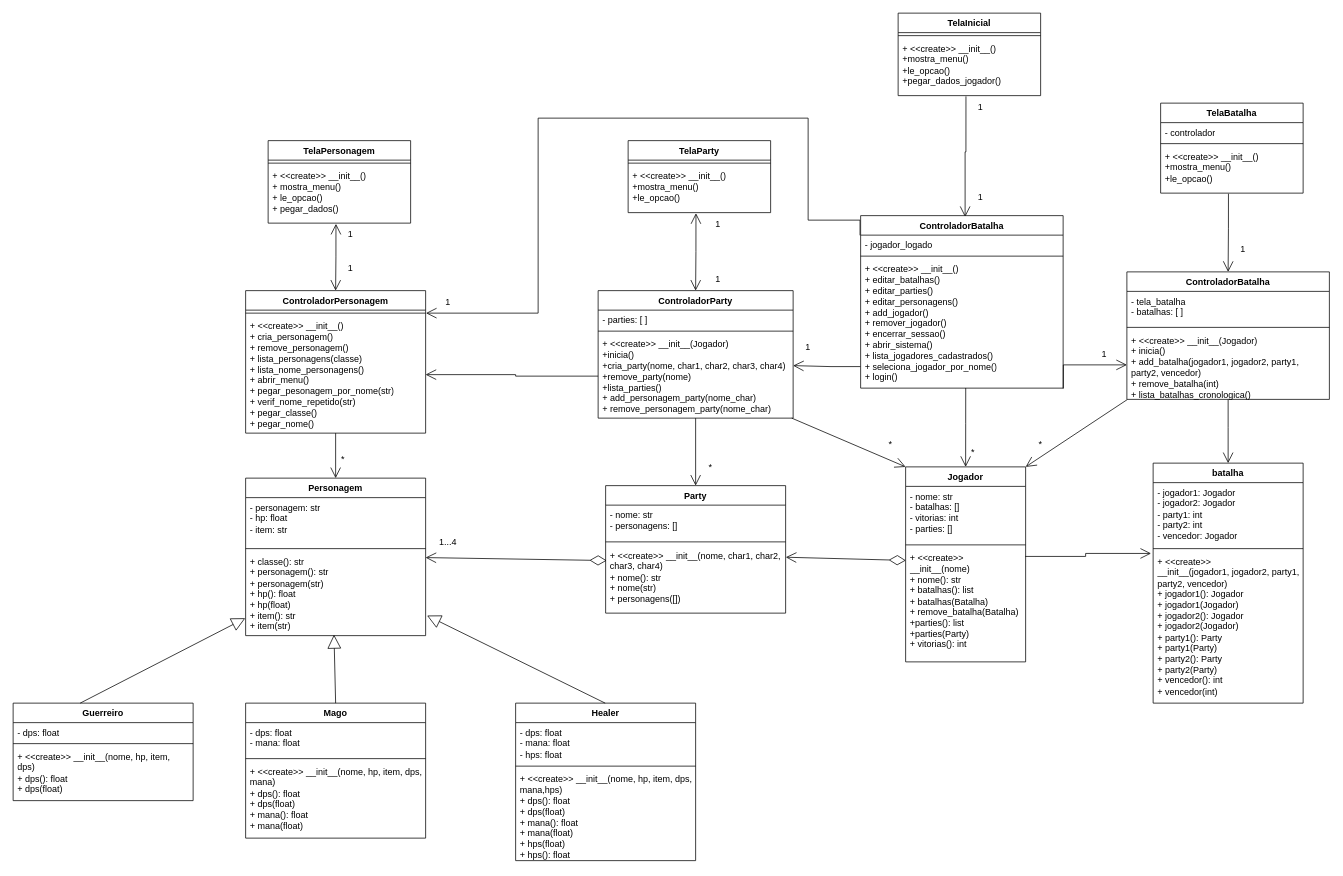
The draw.io diagram MVC_RPG.drawio in Coelho50/DSO_T1, before the edit. Source tidied: cells renumbered, new cells numbered last; positions are measured from the earlier drawing's top-left corner, leaving out a move shared by most shapes. Both pictures are drawn from the tidied source at 75%, with x=0, y=0 at pixel (13, 13).
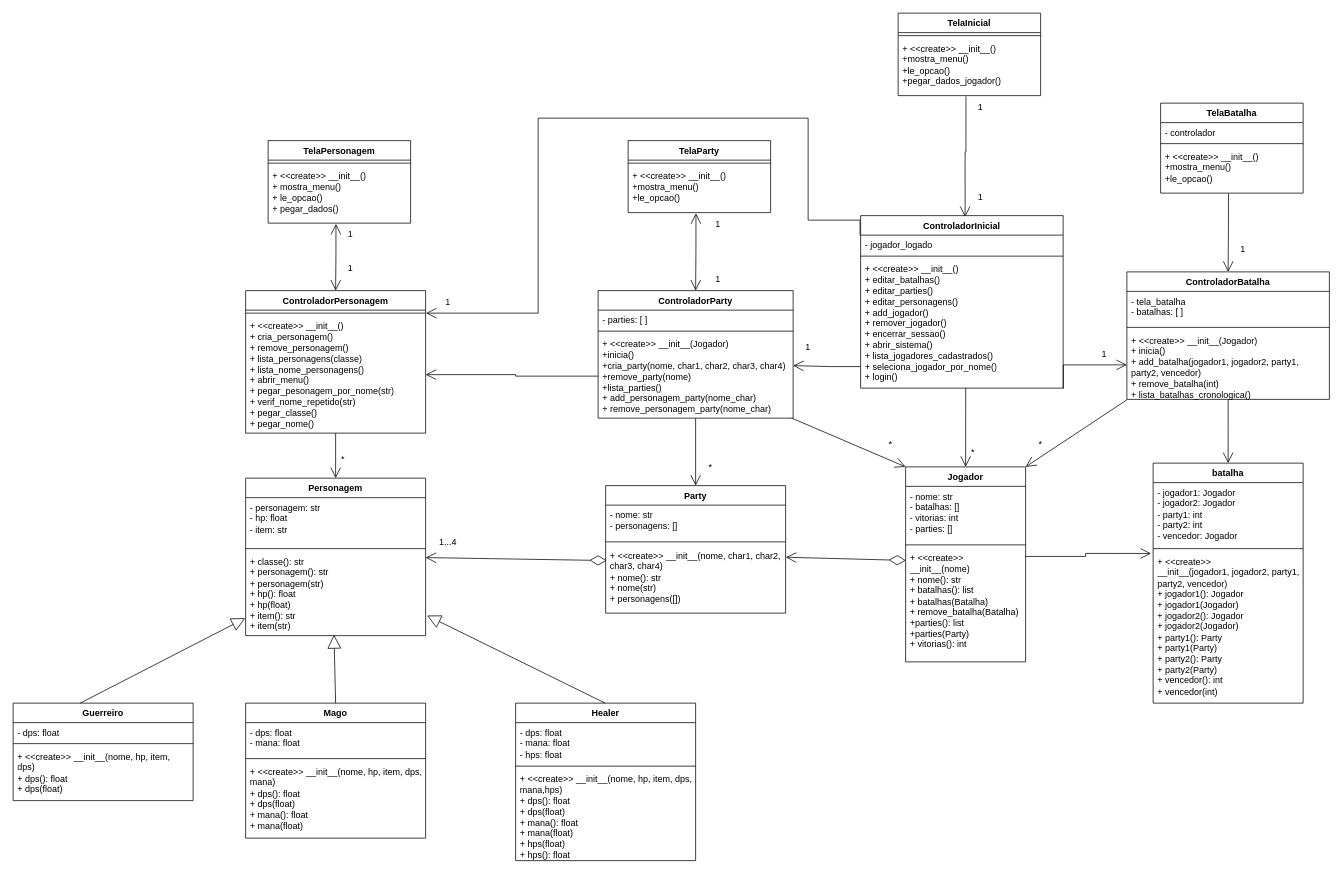
The same page after the edit.

Commit message:
Arrumando erros no MVC

Diff of the diagram source:
```diff
@@
-    <mxCell id="88" value="ControladorBatalha" style="swimlane;fontStyle=1;align=center;verticalAlign=top;horizontal=1;startSize=26;whiteSpace=wrap;html=1;" parent="1" vertex="1">
+    <mxCell id="88" value="ControladorInicial" style="swimlane;fontStyle=1;align=center;verticalAlign=top;horizontal=1;startSize=26;whiteSpace=wrap;html=1;" parent="1" vertex="1">
       <mxGeometry x="1130" y="270" width="270" height="230" as="geometry" />
     </mxCell>
```
